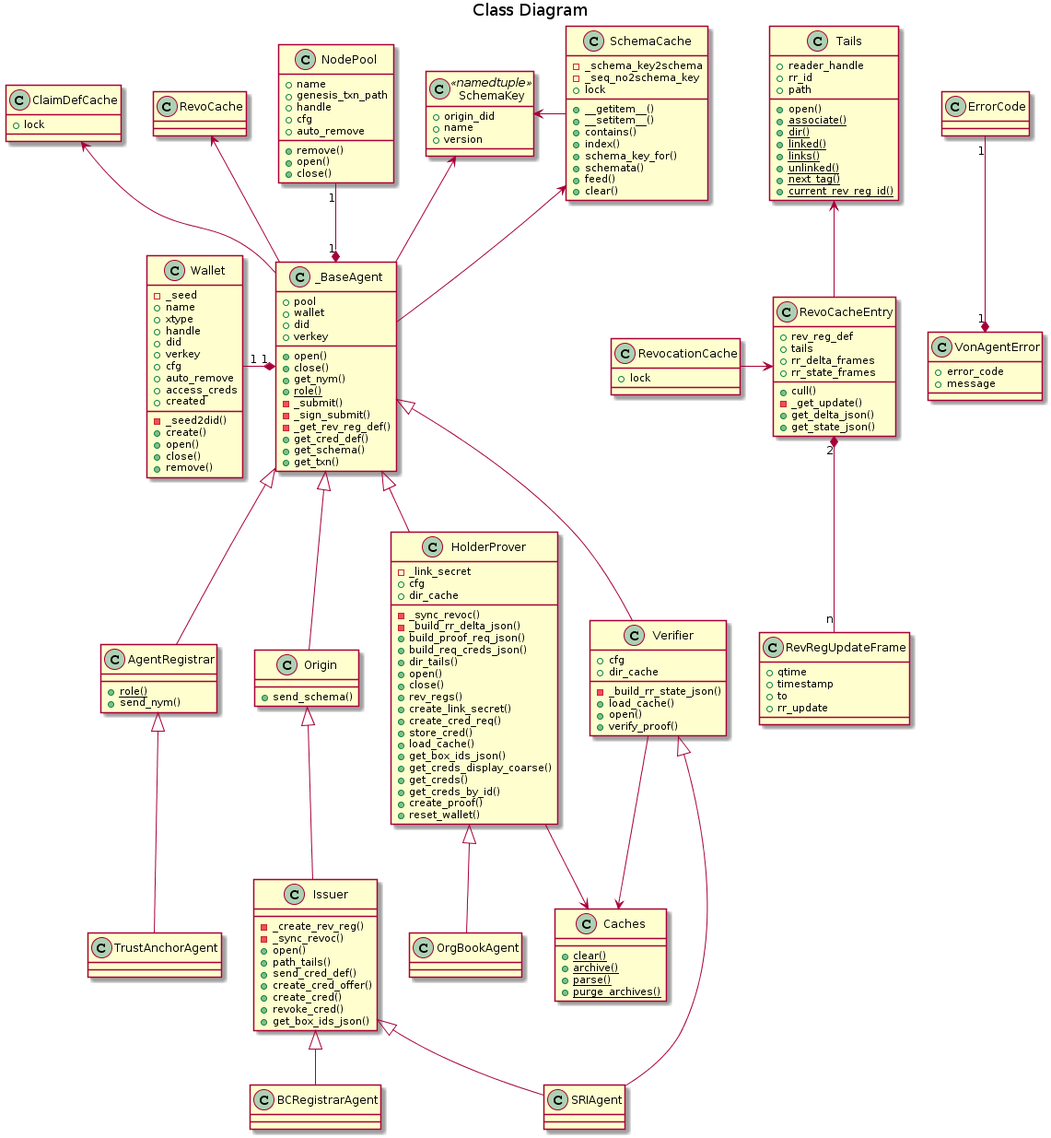
PSPC-SPAC-buyandsell/von_base keeps this PlantUML diagram as doc/pic/class.png. Above is the earlier version.
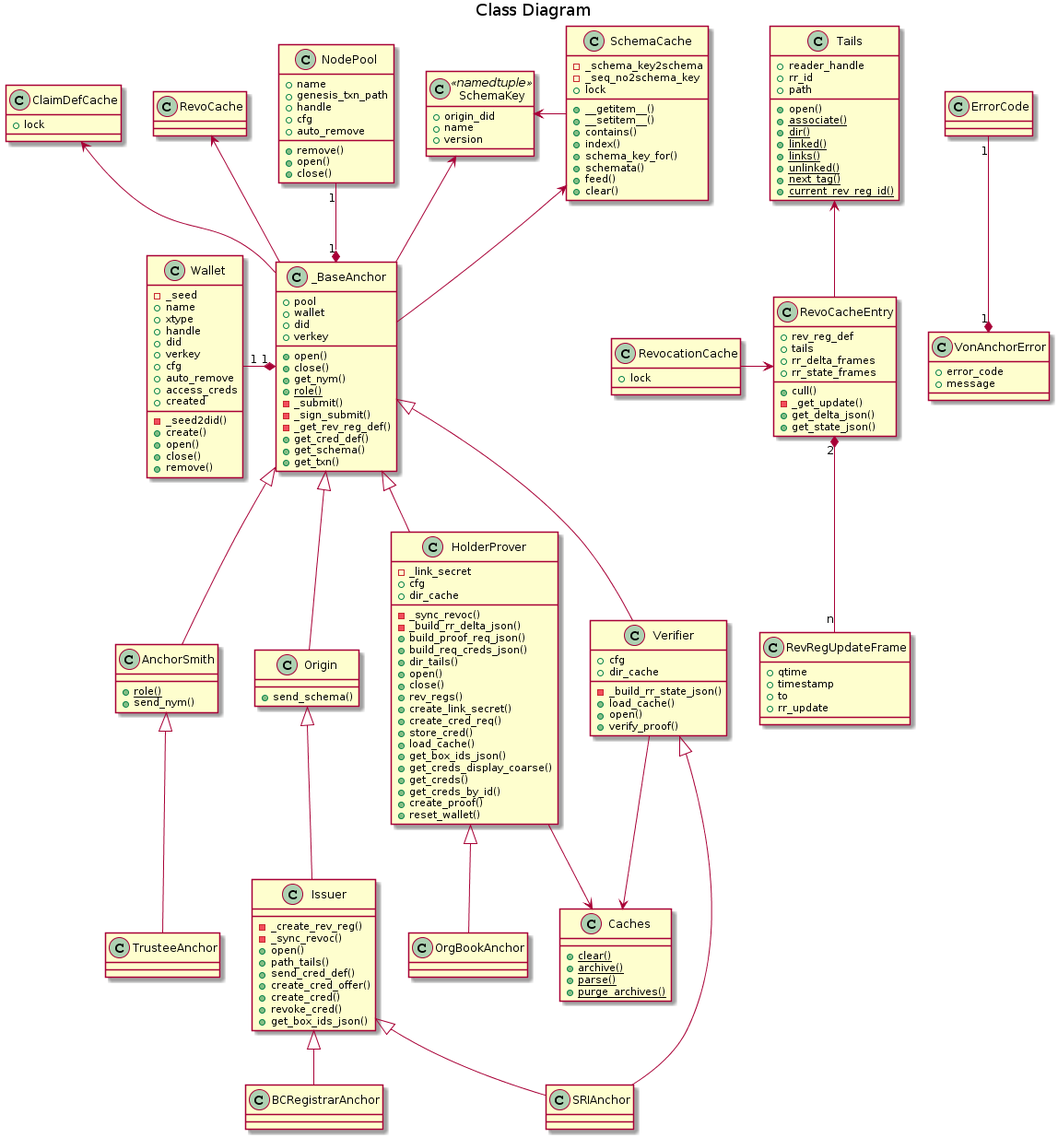
The same file after the commit.

What changed in the source:
```diff
@@ -5,7 +5,7 @@
 class ErrorCode {
 }
 
-class VonAgentError {
+class VonAnchorError {
     +error_code
     +message
 }
@@ -106,7 +106,7 @@
     +close()
 }
 
-class _BaseAgent {
+class _BaseAnchor {
     +pool
     +wallet
     +did
@@ -123,7 +123,7 @@
     +get_txn()
 }
 
-class AgentRegistrar {
+class AnchorSmith {
     {static} +role()
     +send_nym()
 }
@@ -177,47 +177,47 @@
     +verify_proof()
 }
 
-class TrustAnchorAgent {
+class TrusteeAnchor {
 }
 
-class SRIAgent {
+class SRIAnchor {
 }
 
-class BCRegistrarAgent {
+class BCRegistrarAnchor {
 }
 
-class OrgBookAgent {
+class OrgBookAnchor {
 }
 
-VonAgentError "1" *-up- "1" ErrorCode
+VonAnchorError "1" *-up- "1" ErrorCode
 SchemaCache -left-> SchemaKey
-_BaseAgent -left-> SchemaKey
+_BaseAnchor -left-> SchemaKey
 
-_BaseAgent -up-> SchemaCache
-_BaseAgent "1" *-left- "1" Wallet
-_BaseAgent "1" *-up- "1" NodePool
+_BaseAnchor -up-> SchemaCache
+_BaseAnchor "1" *-left- "1" Wallet
+_BaseAnchor "1" *-up- "1" NodePool
 
 RevoCacheEntry -up-> Tails
 RevoCacheEntry "2" *-down- "n" RevRegUpdateFrame
 RevocationCache -> RevoCacheEntry
 
-_BaseAgent -up-> RevoCache
+_BaseAnchor -up-> RevoCache
 
-_BaseAgent -up-> ClaimDefCache
-_BaseAgent <|-down- AgentRegistrar
-_BaseAgent <|-down- Origin
-_BaseAgent <|-down- HolderProver
-_BaseAgent <|-down- Verifier
+_BaseAnchor -up-> ClaimDefCache
+_BaseAnchor <|-down- AnchorSmith
+_BaseAnchor <|-down- Origin
+_BaseAnchor <|-down- HolderProver
+_BaseAnchor <|-down- Verifier
 
-AgentRegistrar <|-down- TrustAnchorAgent
+AnchorSmith <|-down- TrusteeAnchor
 Origin <|-down- Issuer
 
-Issuer <|-down- SRIAgent
-Verifier <|-down- SRIAgent
+Issuer <|-down- SRIAnchor
+Verifier <|-down- SRIAnchor
 
-Issuer <|-down- BCRegistrarAgent
+Issuer <|-down- BCRegistrarAnchor
 
-HolderProver <|-down- OrgBookAgent
+HolderProver <|-down- OrgBookAnchor
 
 HolderProver --> Caches
 Verifier --> Caches
```
